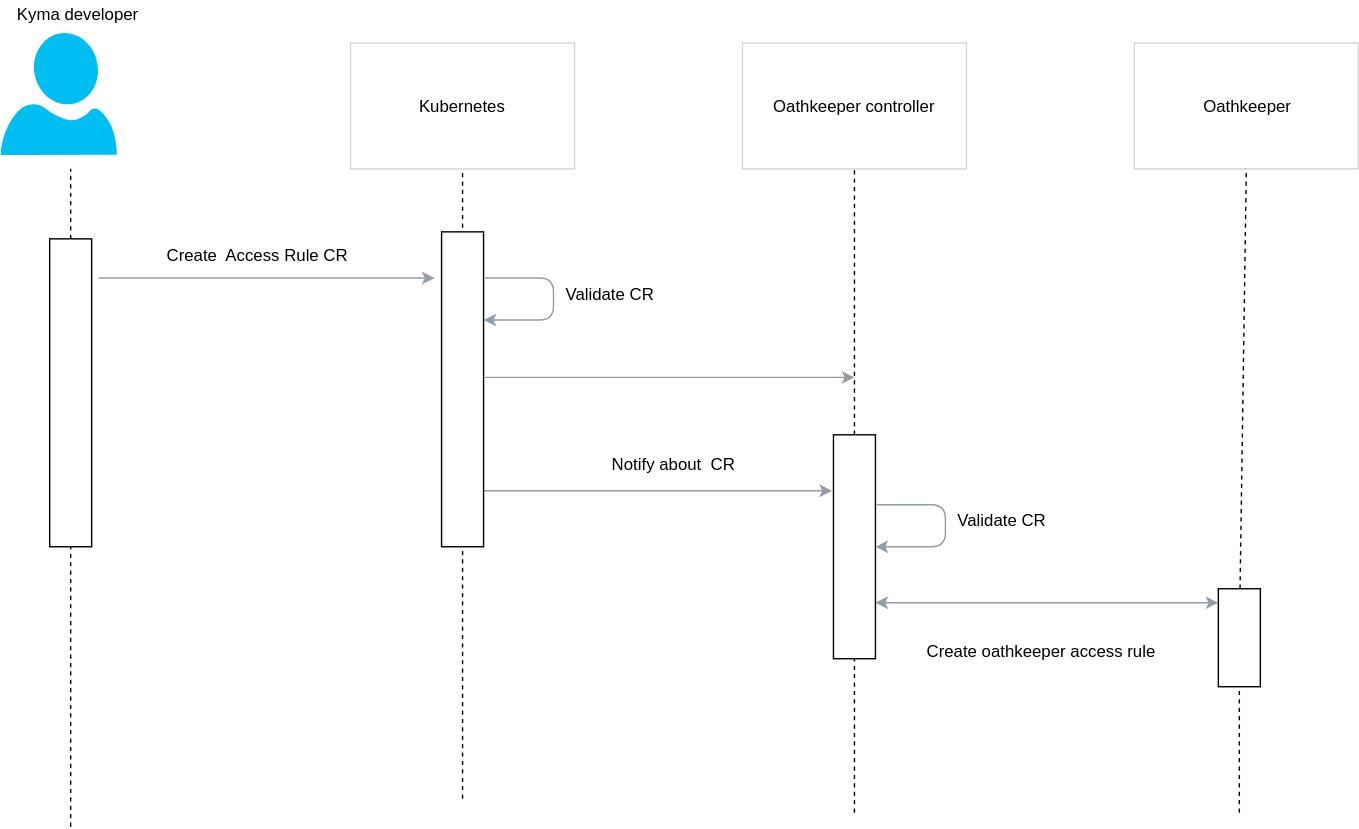
This is content/blog-posts/2019-07-30-kyma-collaboration-with-ory/controller.svg from kyma-project/website, a draw.io export, as it was before one commit. Source tidied: cells renumbered, new cells last; positions are measured from the earlier drawing's top-left corner, leaving out a move shared by most shapes.
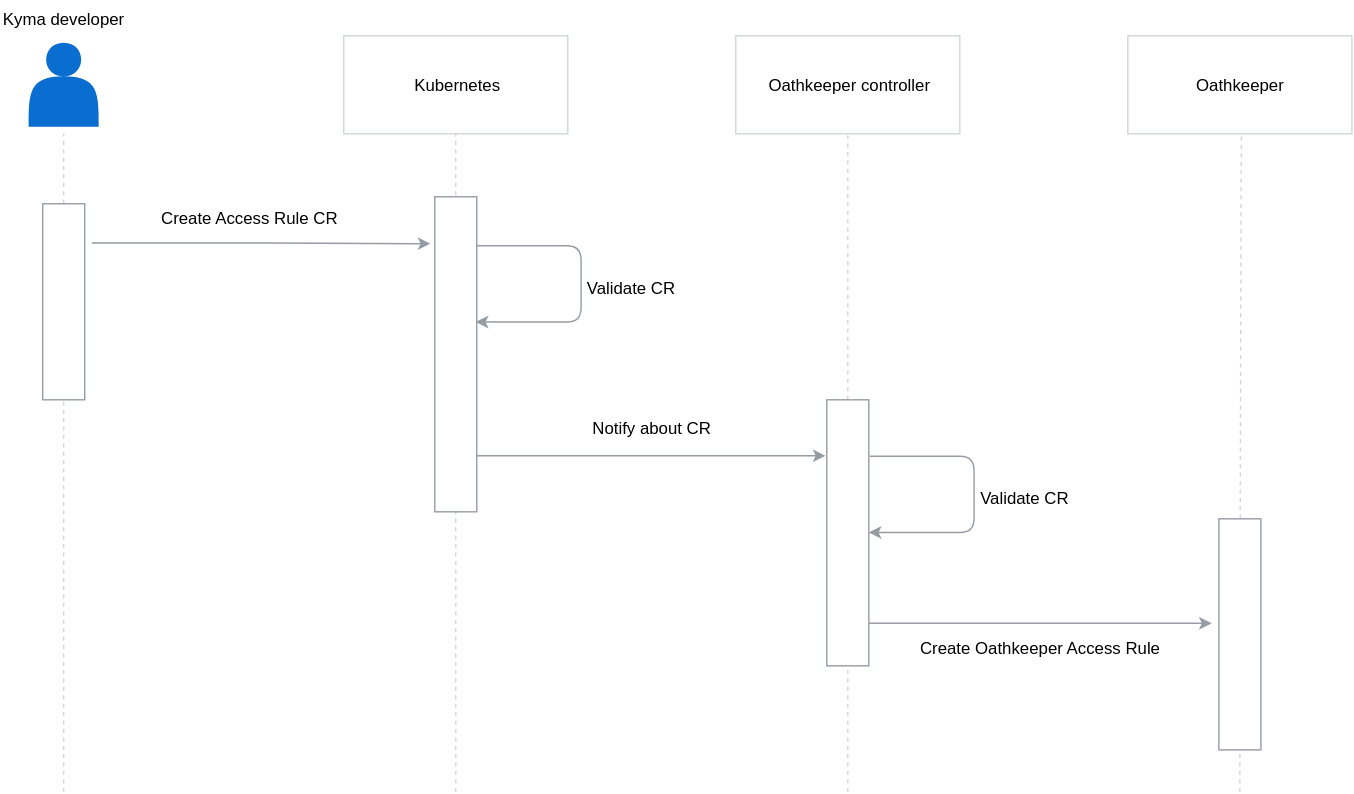
The same diagram one commit later.

Diff of the diagram source:
```diff
@@ -2,17 +2,16 @@
   <root>
     <mxCell id="0" />
     <mxCell id="1" parent="0" />
-    <mxCell id="2" style="endArrow=classic;html=1;strokeColor=#959CA4;startArrow=none;startFill=0;" parent="1" edge="1">
+    <mxCell id="2" style="endArrow=classic;html=1;strokeColor=#959CA4;startArrow=none;startFill=0;entryX=-0.103;entryY=0.149;entryDx=0;entryDy=0;entryPerimeter=0;" parent="1" edge="1" target="14">
       <mxGeometry relative="1" as="geometry">
         <mxPoint x="70" y="198" as="sourcePoint" />
-        <mxPoint x="310" y="198" as="targetPoint" />
         <Array as="points">
           <mxPoint x="110" y="198" />
           <mxPoint x="189" y="198" />
         </Array>
       </mxGeometry>
     </mxCell>
-    <mxCell id="3" value="Create&amp;nbsp; Access Rule CR" style="text;html=1;align=center;verticalAlign=middle;labelBackgroundColor=#ffffff;" parent="2" vertex="1">
+    <mxCell id="3" value="Create Access Rule CR" style="text;html=1;align=center;verticalAlign=middle;labelBackgroundColor=#ffffff;" parent="2" vertex="1">
       <mxGeometry x="0.08" y="1" relative="1" as="geometry">
         <mxPoint x="-17" y="-17" as="offset" />
       </mxGeometry>
@@ -23,112 +22,111 @@
         <mxPoint x="594" y="350" as="targetPoint" />
       </mxGeometry>
     </mxCell>
-    <mxCell id="5" value="Notify about&amp;nbsp; CR" style="text;html=1;align=center;verticalAlign=middle;labelBackgroundColor=#ffffff;" parent="4" vertex="1">
+    <mxCell id="5" value="Notify about CR" style="text;html=1;align=center;verticalAlign=middle;labelBackgroundColor=#ffffff;" parent="4" vertex="1">
       <mxGeometry x="0.04" y="-1" relative="1" as="geometry">
-        <mxPoint x="13" y="-21" as="offset" />
+        <mxPoint x="3" y="-21" as="offset" />
       </mxGeometry>
     </mxCell>
-    <mxCell id="6" style="edgeStyle=orthogonalEdgeStyle;rounded=1;html=1;exitX=1;exitY=0.75;jettySize=auto;fillColor=#f5f5f5;strokeColor=#959CA4;verticalAlign=middle;startArrow=classic;startFill=1;exitDx=0;exitDy=0;entryX=-0.014;entryY=0.141;entryDx=0;entryDy=0;entryPerimeter=0;" parent="1" edge="1" source="18" target="26">
-      <mxGeometry relative="1" as="geometry" />
-    </mxCell>
-    <mxCell id="7" value="Create oathkeeper access rule" style="text;html=1;align=left;verticalAlign=top;spacingTop=-4;" parent="1" vertex="1">
-      <mxGeometry x="660" y="455" width="180" height="20" as="geometry" />
+    <mxCell id="7" value="Create Oathkeeper Access Rule" style="text;html=1;align=left;verticalAlign=top;spacingTop=-4;" parent="1" vertex="1">
+      <mxGeometry x="660" y="477.5" width="190" height="20" as="geometry" />
     </mxCell>
     <mxCell id="8" value="Kubernetes" style="rounded=0;whiteSpace=wrap;html=1;strokeColor=#D2D5D9;strokeWidth=1;fillColor=#ffffff;" parent="1" vertex="1">
-      <mxGeometry x="250" y="30" width="160" height="90" as="geometry" />
+      <mxGeometry x="250" y="50" width="160" height="70" as="geometry" />
     </mxCell>
     <mxCell id="9" value="Oathkeeper controller" style="rounded=0;whiteSpace=wrap;html=1;strokeColor=#D2D5D9;strokeWidth=1;fillColor=#ffffff;" parent="1" vertex="1">
-      <mxGeometry x="530" y="30" width="160" height="90" as="geometry" />
+      <mxGeometry x="530" y="50" width="160" height="70" as="geometry" />
     </mxCell>
     <mxCell id="10" value="Oathkeeper" style="rounded=0;whiteSpace=wrap;html=1;strokeColor=#D2D5D9;strokeWidth=1;fillColor=#ffffff;" parent="1" vertex="1">
-      <mxGeometry x="810" y="30" width="160" height="90" as="geometry" />
+      <mxGeometry x="810" y="50" width="160" height="70" as="geometry" />
     </mxCell>
-    <mxCell id="11" style="endArrow=none;dashed=1;html=1;entryX=0.5;entryY=1;entryDx=0;entryDy=0;" parent="1" edge="1">
+    <mxCell id="11" style="endArrow=none;dashed=1;html=1;entryX=0.5;entryY=1;entryDx=0;entryDy=0;strokeColor=#D2D5D9;" parent="1" edge="1">
       <mxGeometry relative="1" as="geometry">
         <mxPoint x="50" y="590" as="sourcePoint" />
         <mxPoint x="50" y="120" as="targetPoint" />
       </mxGeometry>
     </mxCell>
-    <mxCell id="12" style="rounded=0;whiteSpace=wrap;html=1;align=left;" parent="1" vertex="1">
-      <mxGeometry x="35" y="170" width="30" height="220" as="geometry" />
+    <mxCell id="12" style="rounded=0;whiteSpace=wrap;html=1;align=left;strokeColor=#959CA4;" parent="1" vertex="1">
+      <mxGeometry x="35" y="170" width="30" height="140" as="geometry" />
     </mxCell>
-    <mxCell id="13" style="endArrow=none;dashed=1;html=1;entryX=0.5;entryY=1;entryDx=0;entryDy=0;" parent="1" edge="1">
+    <mxCell id="13" style="endArrow=none;dashed=1;html=1;entryX=0.5;entryY=1;entryDx=0;entryDy=0;strokeColor=#D2D5D9;" parent="1" edge="1">
       <mxGeometry relative="1" as="geometry">
-        <mxPoint x="330" y="570" as="sourcePoint" />
+        <mxPoint x="330" y="590" as="sourcePoint" />
         <mxPoint x="330" y="120" as="targetPoint" />
       </mxGeometry>
     </mxCell>
-    <mxCell id="14" style="rounded=0;whiteSpace=wrap;html=1;align=left;" parent="1" vertex="1">
+    <mxCell id="14" style="rounded=0;whiteSpace=wrap;html=1;align=left;strokeColor=#959CA4;" parent="1" vertex="1">
       <mxGeometry x="315" y="165" width="30" height="225" as="geometry" />
     </mxCell>
-    <mxCell id="15" style="endArrow=none;dashed=1;html=1;entryX=0.5;entryY=1;entryDx=0;entryDy=0;" parent="1" edge="1" source="18">
+    <mxCell id="15" style="endArrow=none;dashed=1;html=1;entryX=0.5;entryY=1;entryDx=0;entryDy=0;strokeColor=#D2D5D9;" parent="1" edge="1" source="18">
       <mxGeometry relative="1" as="geometry">
         <mxPoint x="610" y="120" as="targetPoint" />
       </mxGeometry>
     </mxCell>
-    <mxCell id="16" style="endArrow=none;dashed=1;html=1;entryX=0.5;entryY=1;entryDx=0;entryDy=0;" parent="1" edge="1" source="26">
+    <mxCell id="16" style="endArrow=none;dashed=1;html=1;strokeColor=#D2D5D9;" parent="1" edge="1" source="26">
       <mxGeometry relative="1" as="geometry">
-        <mxPoint x="890" y="120" as="targetPoint" />
+        <mxPoint x="891" y="121" as="targetPoint" />
       </mxGeometry>
     </mxCell>
-    <mxCell id="17" style="endArrow=classic;html=1;strokeColor=#959CA4;startArrow=none;startFill=0;endFill=1;" parent="1" edge="1">
-      <mxGeometry relative="1" as="geometry">
-        <mxPoint x="346" y="269" as="sourcePoint" />
-        <mxPoint x="610" y="269" as="targetPoint" />
-      </mxGeometry>
-    </mxCell>
-    <mxCell id="18" style="rounded=0;whiteSpace=wrap;html=1;align=left;" parent="1" vertex="1">
-      <mxGeometry x="595" y="310" width="30" height="160" as="geometry" />
+    <mxCell id="18" style="rounded=0;whiteSpace=wrap;html=1;align=left;strokeColor=#959CA4;" parent="1" vertex="1">
+      <mxGeometry x="595" y="310" width="30" height="190" as="geometry" />
     </mxCell>
-    <mxCell id="19" style="endArrow=none;dashed=1;html=1;entryX=0.5;entryY=1;entryDx=0;entryDy=0;" parent="1" edge="1" target="18">
+    <mxCell id="19" style="endArrow=none;dashed=1;html=1;entryX=0.5;entryY=1;entryDx=0;entryDy=0;strokeColor=#D2D5D9;" parent="1" edge="1" target="18">
       <mxGeometry relative="1" as="geometry">
-        <mxPoint x="610" y="580" as="sourcePoint" />
+        <mxPoint x="610" y="590" as="sourcePoint" />
       </mxGeometry>
     </mxCell>
-    <mxCell id="20" style="verticalLabelPosition=bottom;html=1;verticalAlign=top;align=center;strokeColor=none;fillColor=#00BEF2;shape=mxgraph.azure.user;" parent="1" vertex="1">
-      <mxGeometry y="23" width="83" height="87" as="geometry" />
-    </mxCell>
-    <mxCell id="21" value="Kyma developer" style="text;html=1;align=left;verticalAlign=top;spacingTop=-4;" parent="1" vertex="1">
-      <mxGeometry x="10" width="100" height="20" as="geometry" />
-    </mxCell>
-    <mxCell id="22" style="edgeStyle=orthogonalEdgeStyle;rounded=1;html=1;jettySize=auto;orthogonalLoop=1;strokeColor=#959CA4;endArrow=none;endFill=0;startArrow=classic;startFill=1;" parent="1" edge="1">
+    <mxCell id="22" style="edgeStyle=orthogonalEdgeStyle;rounded=1;html=1;jettySize=auto;strokeColor=#959CA4;endArrow=none;endFill=0;startArrow=classic;startFill=1;exitX=1;exitY=0.5;exitDx=0;exitDy=0;" parent="1" edge="1" source="18">
       <mxGeometry relative="1" as="geometry">
-        <mxPoint x="624.5" y="389.5" as="sourcePoint" />
-        <mxPoint x="625.5" y="359.5" as="targetPoint" />
+        <mxPoint x="626" y="350.5" as="targetPoint" />
         <Array as="points">
-          <mxPoint x="625.5" y="389.5" />
-          <mxPoint x="674.5" y="389.5" />
-          <mxPoint x="674.5" y="359.5" />
+          <mxPoint x="700" y="405" />
+          <mxPoint x="700" y="350" />
         </Array>
       </mxGeometry>
     </mxCell>
     <mxCell id="23" value="Validate CR" style="text;html=1;align=center;verticalAlign=middle;labelBackgroundColor=#ffffff;" parent="22" vertex="1">
       <mxGeometry x="-0.66" relative="1" as="geometry">
-        <mxPoint x="67.5" y="-20" as="offset" />
+        <mxPoint x="76.5" y="-25" as="offset" />
       </mxGeometry>
     </mxCell>
-    <mxCell id="24" style="edgeStyle=orthogonalEdgeStyle;rounded=1;html=1;jettySize=auto;orthogonalLoop=1;strokeColor=#959CA4;endArrow=none;endFill=0;startArrow=classic;startFill=1;" parent="1" edge="1">
-      <mxGeometry relative="1" as="geometry">
-        <mxPoint x="344.8" y="227.7" as="sourcePoint" />
-        <mxPoint x="346.2" y="197.7" as="targetPoint" />
-        <Array as="points">
-          <mxPoint x="395" y="227.5" />
-          <mxPoint x="395" y="197.5" />
-        </Array>
-      </mxGeometry>
-    </mxCell>
-    <mxCell id="25" value="Validate CR" style="text;html=1;align=center;verticalAlign=middle;labelBackgroundColor=#ffffff;" parent="24" vertex="1">
-      <mxGeometry x="-0.66" relative="1" as="geometry">
-        <mxPoint x="67.5" y="-20" as="offset" />
-      </mxGeometry>
-    </mxCell>
-    <mxCell id="26" style="rounded=0;whiteSpace=wrap;html=1;align=left;" parent="1" vertex="1">
-      <mxGeometry x="870" y="420" width="30" height="70" as="geometry" />
+    <mxCell id="26" style="rounded=0;whiteSpace=wrap;html=1;align=left;strokeColor=#959CA4;" parent="1" vertex="1">
+      <mxGeometry x="875" y="395" width="30" height="165" as="geometry" />
     </mxCell>
-    <mxCell id="27" style="endArrow=none;dashed=1;html=1;entryX=0.5;entryY=1;entryDx=0;entryDy=0;" parent="1" edge="1" target="26">
+    <mxCell id="27" style="endArrow=none;dashed=1;html=1;entryX=0.5;entryY=1;entryDx=0;entryDy=0;strokeColor=#D2D5D9;" parent="1" edge="1" target="26">
       <mxGeometry relative="1" as="geometry">
-        <mxPoint x="885" y="580" as="sourcePoint" />
+        <mxPoint x="890" y="590" as="sourcePoint" />
       </mxGeometry>
     </mxCell>
+    <mxCell id="28" style="edgeStyle=orthogonalEdgeStyle;rounded=1;html=1;jettySize=auto;orthogonalLoop=1;strokeColor=#959CA4;endArrow=none;endFill=0;startArrow=classic;startFill=1;exitX=1;exitY=0.5;exitDx=0;exitDy=0;" parent="1" edge="1">
+      <mxGeometry relative="1" as="geometry">
+        <mxPoint x="344.5" y="254.3" as="sourcePoint" />
+        <mxPoint x="345.2" y="199.8" as="targetPoint" />
+        <Array as="points">
+          <mxPoint x="419.5" y="254.5" />
+          <mxPoint x="419.5" y="199.5" />
+        </Array>
+      </mxGeometry>
+    </mxCell>
+    <mxCell id="25" value="Validate CR" style="text;html=1;align=center;verticalAlign=middle;labelBackgroundColor=#ffffff;" parent="28" vertex="1">
+      <mxGeometry x="-0.66" relative="1" as="geometry">
+        <mxPoint x="76.5" y="-25" as="offset" />
+      </mxGeometry>
+    </mxCell>
+    <mxCell id="29" style="edgeStyle=orthogonalEdgeStyle;rounded=1;html=1;jettySize=auto;orthogonalLoop=1;fillColor=#f5f5f5;strokeColor=#959CA4;verticalAlign=middle;startArrow=none;startFill=0;" parent="1" edge="1">
+      <mxGeometry relative="1" as="geometry">
+        <mxPoint x="625" y="469.8" as="sourcePoint" />
+        <mxPoint x="869.8" y="469.8" as="targetPoint" />
+        <Array as="points">
+          <mxPoint x="750" y="469.5" />
+          <mxPoint x="750" y="469.5" />
+        </Array>
+      </mxGeometry>
+    </mxCell>
+    <mxCell id="30" style="shape=actor;whiteSpace=wrap;html=1;rounded=0;shadow=0;glass=0;comic=0;labelBackgroundColor=none;strokeColor=none;strokeWidth=1;fillColor=#0A6ED1;fontColor=none;" parent="1" vertex="1">
+      <mxGeometry x="25" y="55" width="50" height="60" as="geometry" />
+    </mxCell>
+    <mxCell id="21" value="Kyma developer" style="text;html=1;" parent="1" vertex="1">
+      <mxGeometry x="5" y="25" width="90" height="30" as="geometry" />
+    </mxCell>
   </root>
 </mxGraphModel>
```
